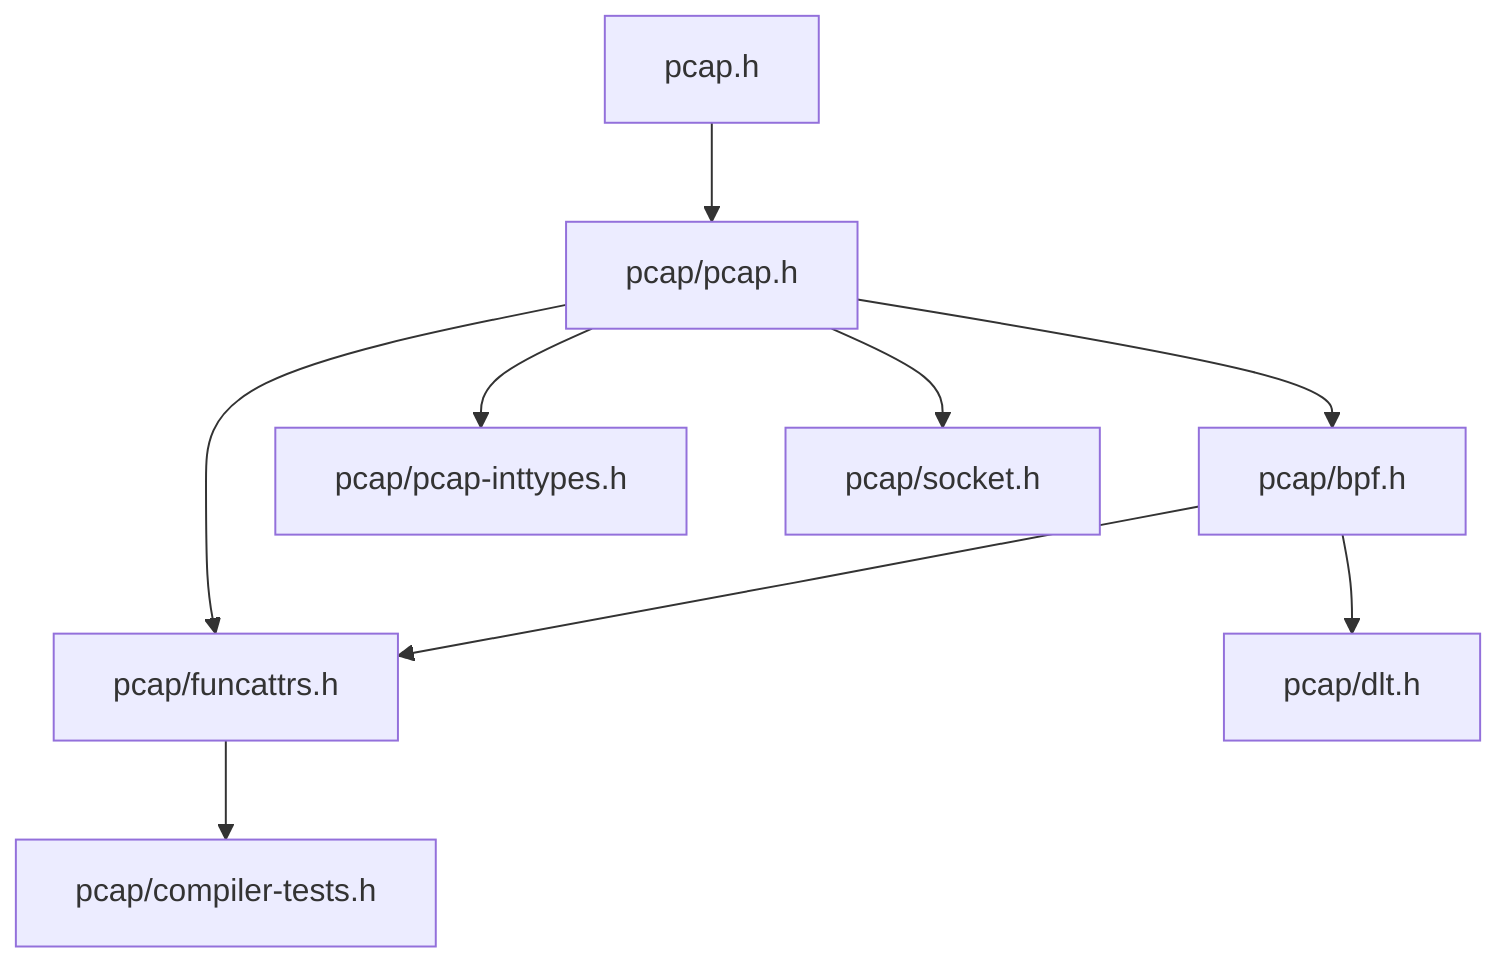
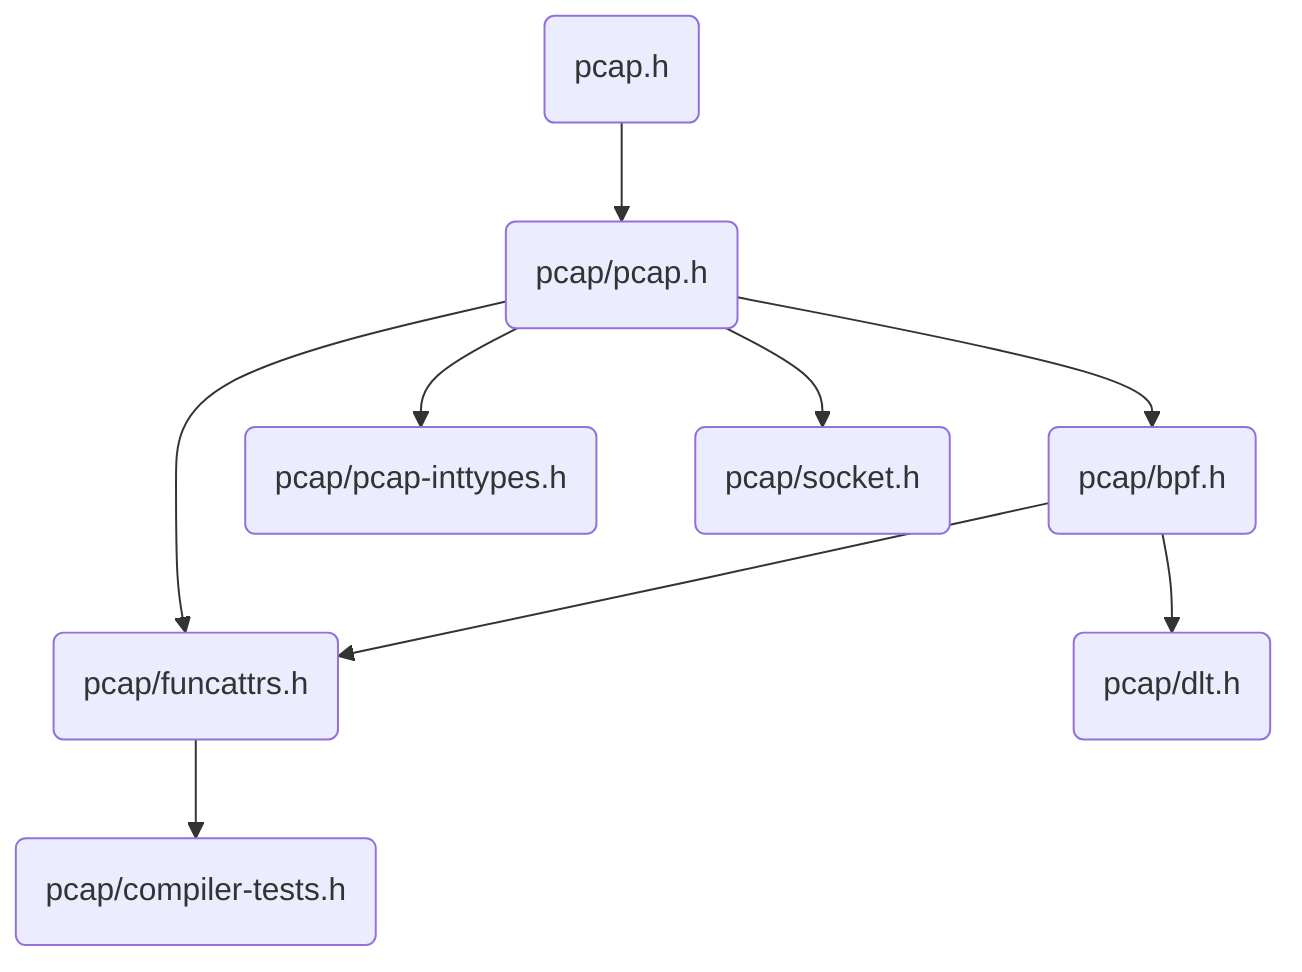
graph TD;
-   v0["pcap.h"]
-   v76["pcap/bpf.h"]
-   v4["pcap/compiler-tests.h"]
-   v77["pcap/dlt.h"]
-   v3["pcap/funcattrs.h"]
-   v5["pcap/pcap-inttypes.h"]
-   v2["pcap/pcap.h"]
-   v52["pcap/socket.h"]
+   v0("pcap.h")
+   v76("pcap/bpf.h")
+   v4("pcap/compiler-tests.h")
+   v77("pcap/dlt.h")
+   v3("pcap/funcattrs.h")
+   v5("pcap/pcap-inttypes.h")
+   v2("pcap/pcap.h")
+   v52("pcap/socket.h")
  v0-->v2
  v2-->v3
  v76-->v3
  v3-->v4
  v2-->v5
  v2-->v52
  v2-->v76
  v76-->v77
